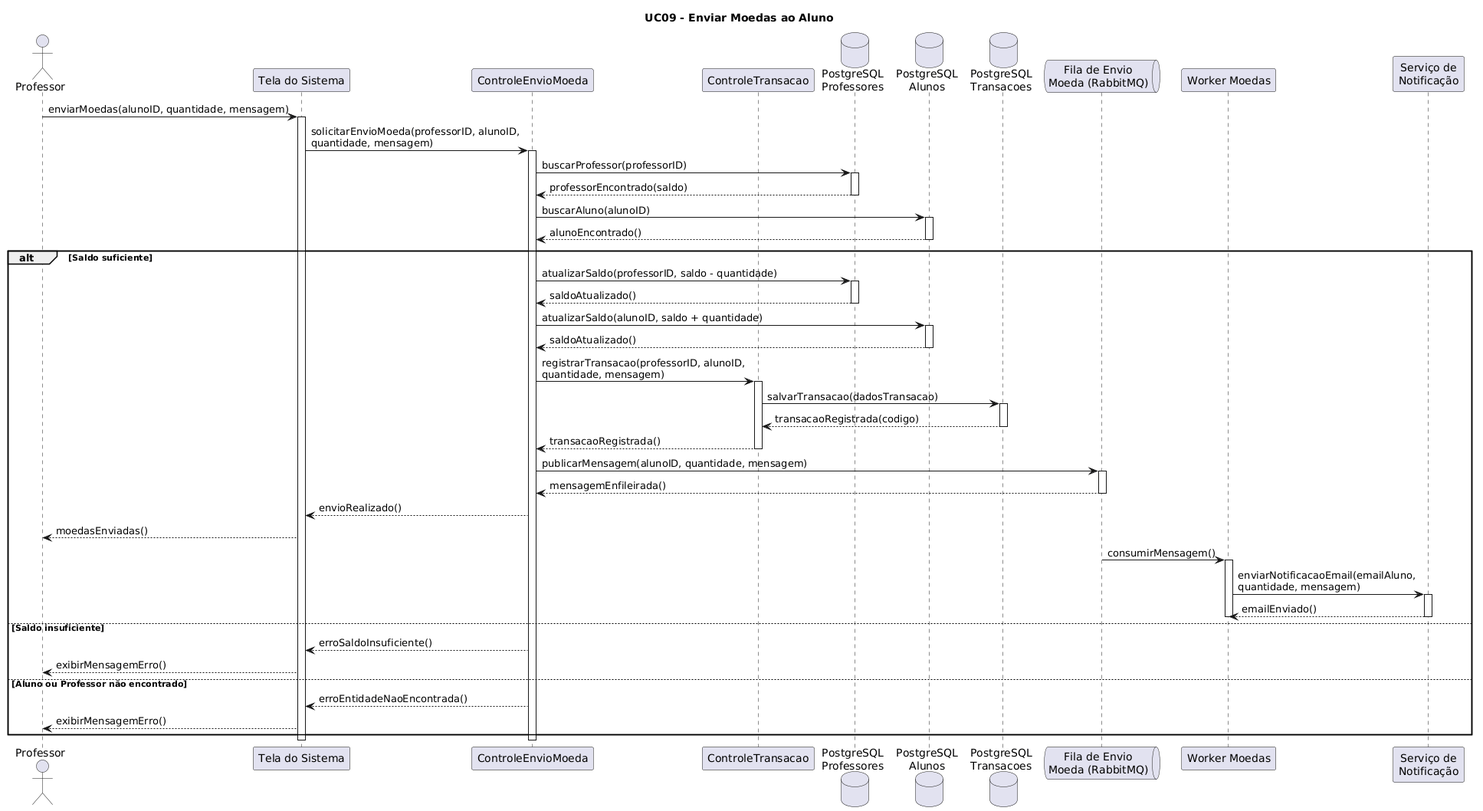
This is docs/diagrams/sequence-diagram/images/uc-09.png from arturbomtempo-dev/lumen-coin, a PlantUML export, as it was before one commit.
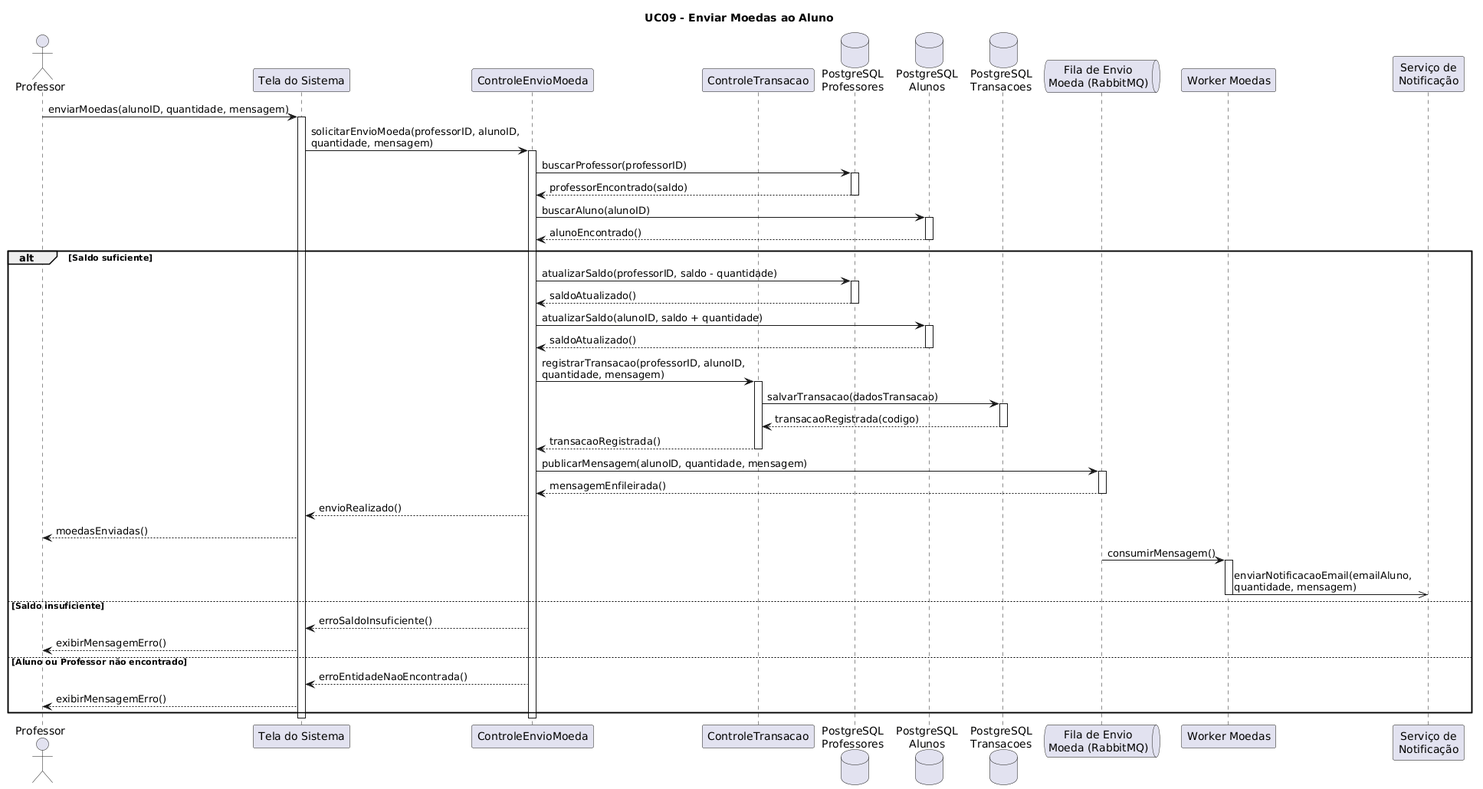
The same file after the commit.

The edit, as a diff of the source:
```diff
@@ -57,10 +57,7 @@
 
     MQ -> WM : consumirMensagem()
     activate WM
-    WM -> SN : enviarNotificacaoEmail(emailAluno,\nquantidade, mensagem)
-    activate SN
-    SN --> WM : emailEnviado()
-    deactivate SN
+    WM ->> SN : enviarNotificacaoEmail(emailAluno,\nquantidade, mensagem)
     deactivate WM
 else Saldo insuficiente
     CEM --> Tela : erroSaldoInsuficiente()
```
